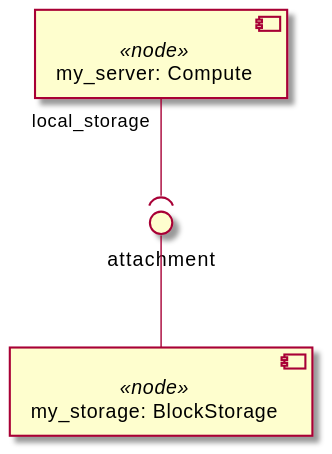
Earlier version of the PlantUML export examples/ariatosca/diagrams/uml2/block-storage-3-1.0-uml2-component-diagram1.svg (Orange-OpenSource/Cloudnet-TOSCA-toolbox).
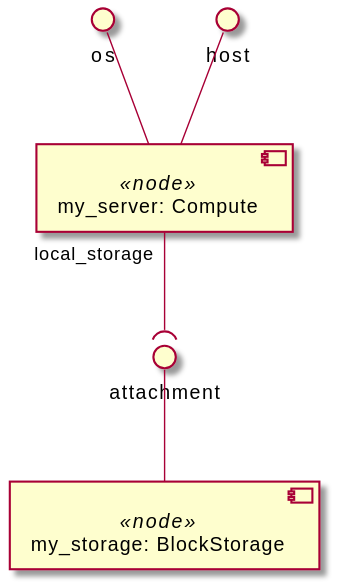
Above is the later version.

Change to the diagram source:
```diff
@@ -2,10 +2,14 @@
 skinparam componentStyle uml2
 
 component "my_server: Compute" <<node>> as node_my_server
+interface "os" as node_my_server_os
+node_my_server_os -- node_my_server
+interface "host" as node_my_server_host
+node_my_server_host -- node_my_server
 
 component "my_storage: BlockStorage" <<node>> as node_my_storage
-
 interface "attachment" as node_my_storage_attachment
 node_my_storage_attachment -- node_my_storage
+
 node_my_server "local_storage" --( node_my_storage_attachment
 @enduml
```
